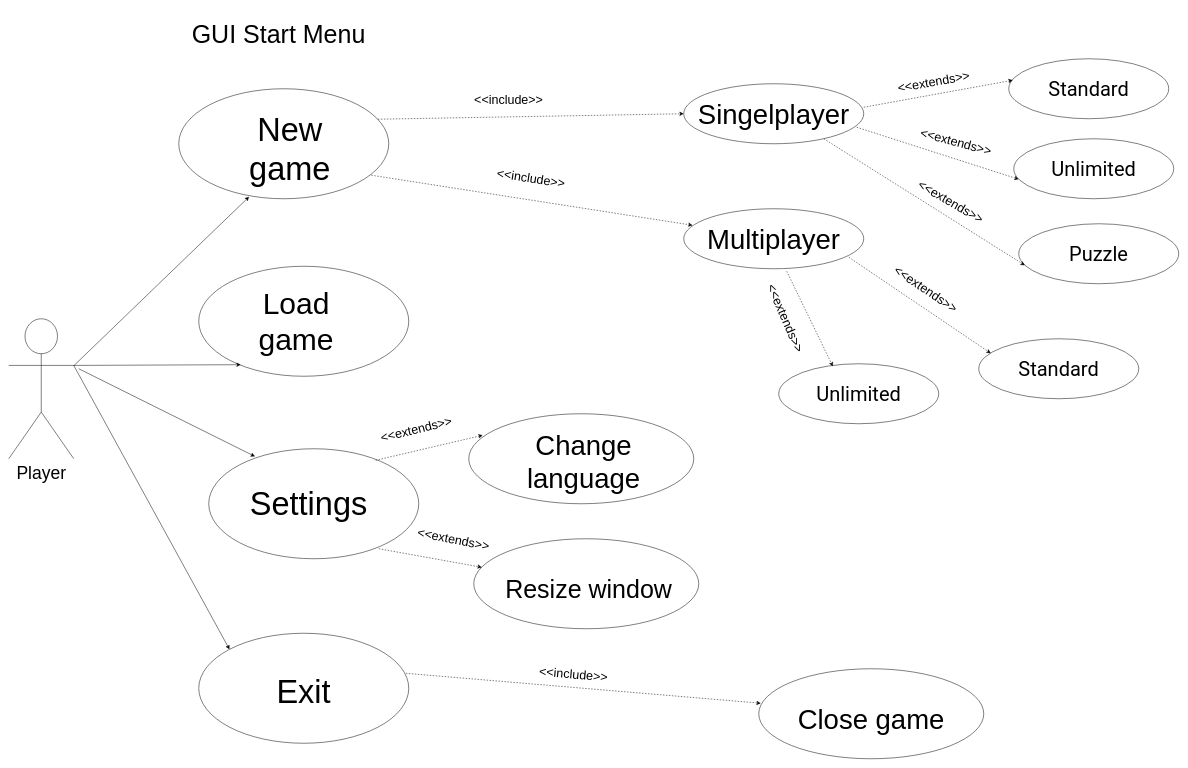
This is page "Page-1" (1 of 2) of docs/content/diagrams/raw/GUIStartMenuDiagram.drawio from nolliebigspin/chess-game, a draw.io file, before an edit. Source tidied: cells renumbered, new cells numbered last; positions are measured from the earlier drawing's top-left corner, leaving out a move shared by most shapes. Both pictures are drawn from the tidied source at 50%, with x=0, y=0 at pixel (8, 8).
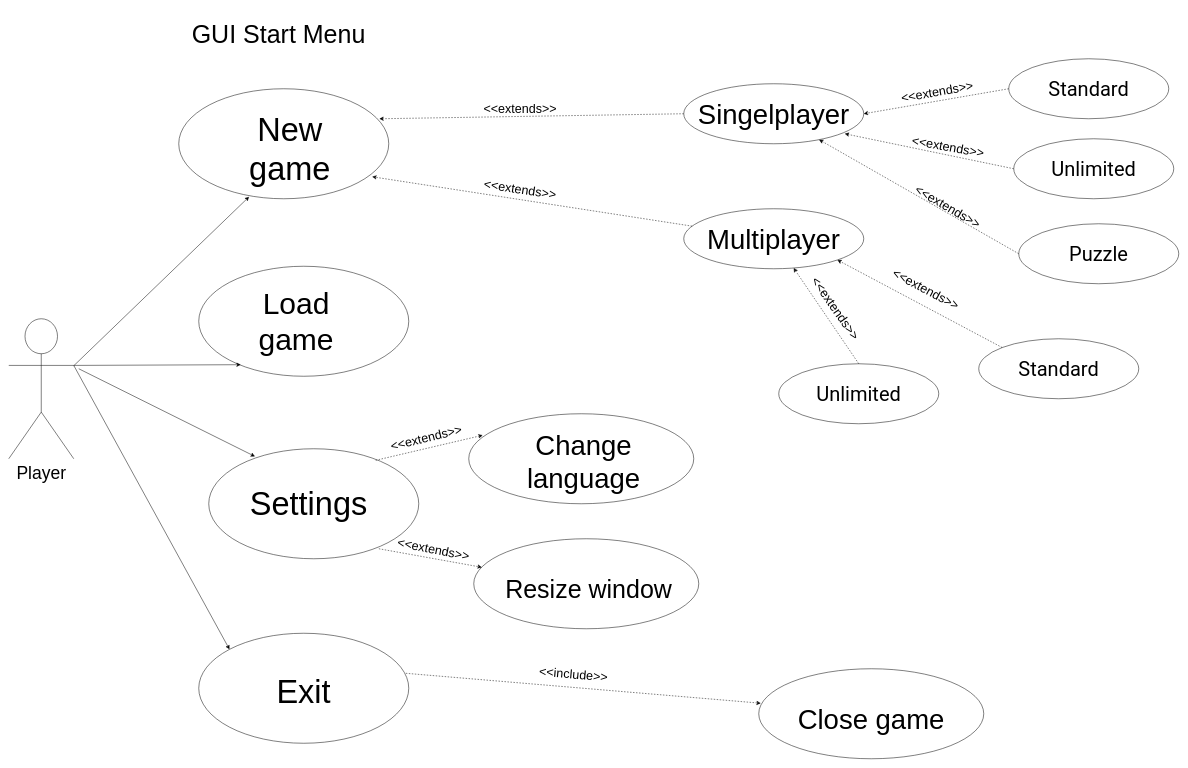
The same diagram, later.

Commit message:
update extends includes arrows

The change refers to these unchanged cells:
```xml
<mxCell id="3" style="ellipse;whiteSpace=wrap;html=1;" parent="1" vertex="1">
  <mxGeometry x="340" y="160" width="420" height="220" as="geometry" />
</mxCell>
<mxCell id="11" style="ellipse;whiteSpace=wrap;html=1;fontSize=19;" parent="1" vertex="1">
  <mxGeometry x="1350" y="150" width="360" height="120" as="geometry" />
</mxCell>
<mxCell id="12" style="ellipse;whiteSpace=wrap;html=1;fontSize=19;" parent="1" vertex="1">
  <mxGeometry x="1350" y="400" width="360" height="120" as="geometry" />
</mxCell>
<mxCell id="15" style="ellipse;whiteSpace=wrap;html=1;fontSize=19;" parent="1" vertex="1">
  <mxGeometry x="2000" y="100" width="320" height="120" as="geometry" />
</mxCell>
<mxCell id="16" style="ellipse;whiteSpace=wrap;html=1;fontSize=19;" parent="1" vertex="1">
  <mxGeometry x="2010" y="260" width="320" height="120" as="geometry" />
</mxCell>
<mxCell id="17" style="ellipse;whiteSpace=wrap;html=1;fontSize=19;" parent="1" vertex="1">
  <mxGeometry x="2020" y="430" width="320" height="120" as="geometry" />
</mxCell>
<mxCell id="18" style="ellipse;whiteSpace=wrap;html=1;fontSize=19;" parent="1" vertex="1">
  <mxGeometry x="1540" y="710" width="320" height="120" as="geometry" />
</mxCell>
<mxCell id="19" style="ellipse;whiteSpace=wrap;html=1;fontSize=19;" parent="1" vertex="1">
  <mxGeometry x="1940" y="660" width="320" height="120" as="geometry" />
</mxCell>
```

Diff of the diagram source:
```diff
@@
-    <mxCell id="35" value="&lt;font style=&quot;font-size: 25px&quot;&gt;&amp;lt;&amp;lt;include&amp;gt;&amp;gt;&lt;/font&gt;" style="text;html=1;strokeColor=none;fillColor=none;align=center;verticalAlign=middle;whiteSpace=wrap;rounded=0;fontSize=19;rotation=0;" parent="1" vertex="1">
-      <mxGeometry x="910" y="150" width="180" height="60" as="geometry" />
+    <mxCell id="35" value="&lt;font style=&quot;font-size: 25px&quot;&gt;&amp;lt;&amp;lt;extends&amp;gt;&amp;gt;&lt;/font&gt;" style="text;html=1;strokeColor=none;fillColor=none;align=center;verticalAlign=middle;whiteSpace=wrap;rounded=0;fontSize=19;rotation=0;" parent="1" vertex="1">
+      <mxGeometry x="933" y="168" width="180" height="60" as="geometry" />
     </mxCell>
-    <mxCell id="36" value="&lt;font style=&quot;font-size: 25px&quot;&gt;&amp;lt;&amp;lt;extends&amp;gt;&amp;gt;&lt;/font&gt;" style="text;html=1;strokeColor=none;fillColor=none;align=center;verticalAlign=middle;whiteSpace=wrap;rounded=0;fontSize=19;rotation=-10;" parent="1" vertex="1">
-      <mxGeometry x="1740" y="110" width="220" height="70" as="geometry" />
-    </mxCell>
-    <mxCell id="37" value="&lt;font style=&quot;font-size: 25px&quot;&gt;&amp;lt;&amp;lt;extends&amp;gt;&amp;gt;&lt;/font&gt;" style="text;html=1;strokeColor=none;fillColor=none;align=center;verticalAlign=middle;whiteSpace=wrap;rounded=0;fontSize=19;rotation=15;" parent="1" vertex="1">
-      <mxGeometry x="1790" y="230" width="210" height="70" as="geometry" />
-    </mxCell>
     <mxCell id="38" value="&lt;font style=&quot;font-size: 25px&quot;&gt;&amp;lt;&amp;lt;extends&amp;gt;&amp;gt;&lt;/font&gt;" style="text;html=1;strokeColor=none;fillColor=none;align=center;verticalAlign=middle;whiteSpace=wrap;rounded=0;fontSize=19;rotation=30;" parent="1" vertex="1">
-      <mxGeometry x="1770" y="350" width="230" height="70" as="geometry" />
+      <mxGeometry x="1764" y="360" width="230" height="70" as="geometry" />
     </mxCell>
-    <mxCell id="39" value="&lt;font style=&quot;font-size: 25px&quot;&gt;&amp;lt;&amp;lt;extends&amp;gt;&amp;gt;&lt;/font&gt;" style="text;html=1;strokeColor=none;fillColor=none;align=center;verticalAlign=middle;whiteSpace=wrap;rounded=0;fontSize=19;rotation=34;" parent="1" vertex="1">
+    <mxCell id="39" value="&lt;font style=&quot;font-size: 25px&quot;&gt;&amp;lt;&amp;lt;extends&amp;gt;&amp;gt;&lt;/font&gt;" style="text;html=1;strokeColor=none;fillColor=none;align=center;verticalAlign=middle;whiteSpace=wrap;rounded=0;fontSize=19;rotation=28;" parent="1" vertex="1">
       <mxGeometry x="1740" y="510" width="190" height="100" as="geometry" />
     </mxCell>
-    <mxCell id="40" value="&lt;font style=&quot;font-size: 25px&quot;&gt;&amp;lt;&amp;lt;extends&amp;gt;&amp;gt;&lt;/font&gt;" style="text;html=1;strokeColor=none;fillColor=none;align=center;verticalAlign=middle;whiteSpace=wrap;rounded=0;fontSize=19;rotation=66.6;" parent="1" vertex="1">
-      <mxGeometry x="1480" y="580" width="150.3" height="77.3" as="geometry" />
+    <mxCell id="40" value="&lt;font style=&quot;font-size: 25px&quot;&gt;&amp;lt;&amp;lt;extends&amp;gt;&amp;gt;&lt;/font&gt;" style="text;html=1;strokeColor=none;fillColor=none;align=center;verticalAlign=middle;whiteSpace=wrap;rounded=0;fontSize=19;rotation=55;" parent="1" vertex="1">
+      <mxGeometry x="1580" y="560" width="150.3" height="77.3" as="geometry" />
     </mxCell>
-    <mxCell id="41" style="endArrow=classic;html=1;dashed=1;fontSize=19;exitX=0.948;exitY=0.277;exitDx=0;exitDy=0;exitPerimeter=0;entryX=0;entryY=0.5;entryDx=0;entryDy=0;" parent="1" edge="1" source="3" target="11">
+    <mxCell id="41" style="endArrow=classic;html=1;dashed=1;fontSize=19;entryX=0.955;entryY=0.273;entryDx=0;entryDy=0;entryPerimeter=0;exitX=0;exitY=0.5;exitDx=0;exitDy=0;" parent="1" edge="1" source="11" target="3">
       <mxGeometry relative="1" as="geometry" />
     </mxCell>
-    <mxCell id="42" style="endArrow=classic;html=1;dashed=1;fontSize=19;exitX=1;exitY=0.392;exitDx=0;exitDy=0;exitPerimeter=0;entryX=0.025;entryY=0.358;entryDx=0;entryDy=0;entryPerimeter=0;" parent="1" edge="1" source="11" target="15">
-      <mxGeometry relative="1" as="geometry" />
-    </mxCell>
-    <mxCell id="43" style="endArrow=classic;html=1;dashed=1;fontSize=19;exitX=0.961;exitY=0.725;exitDx=0;exitDy=0;exitPerimeter=0;entryX=0.031;entryY=0.675;entryDx=0;entryDy=0;entryPerimeter=0;" parent="1" edge="1" source="11" target="16">
-      <mxGeometry relative="1" as="geometry" />
-    </mxCell>
-    <mxCell id="44" style="endArrow=classic;html=1;dashed=1;fontSize=19;exitX=0.778;exitY=0.917;exitDx=0;exitDy=0;exitPerimeter=0;entryX=0.038;entryY=0.692;entryDx=0;entryDy=0;entryPerimeter=0;" parent="1" edge="1" source="11" target="17">
+    <mxCell id="44" style="endArrow=classic;html=1;dashed=1;fontSize=19;exitX=0;exitY=0.5;exitDx=0;exitDy=0;" parent="1" edge="1" source="17" target="11">
       <mxGeometry relative="1" as="geometry" />
     </mxCell>
-    <mxCell id="45" style="endArrow=classic;html=1;dashed=1;fontSize=19;exitX=0.917;exitY=0.808;exitDx=0;exitDy=0;exitPerimeter=0;entryX=0.075;entryY=0.242;entryDx=0;entryDy=0;entryPerimeter=0;" parent="1" edge="1" source="12" target="19">
+    <mxCell id="45" style="endArrow=classic;html=1;dashed=1;fontSize=19;entryX=1;entryY=1;entryDx=0;entryDy=0;exitX=0;exitY=0;exitDx=0;exitDy=0;" parent="1" edge="1" source="19" target="12">
       <mxGeometry relative="1" as="geometry" />
     </mxCell>
-    <mxCell id="46" style="endArrow=classic;html=1;dashed=1;fontSize=19;exitX=0.572;exitY=1.042;exitDx=0;exitDy=0;exitPerimeter=0;entryX=0.338;entryY=0.042;entryDx=0;entryDy=0;entryPerimeter=0;" parent="1" edge="1" source="12" target="18">
+    <mxCell id="46" style="endArrow=classic;html=1;dashed=1;fontSize=19;exitX=0.5;exitY=0;exitDx=0;exitDy=0;" parent="1" edge="1" source="18" target="12">
       <mxGeometry relative="1" as="geometry" />
     </mxCell>
@@
     <mxCell id="50" value="&lt;span style=&quot;font-size: 25px&quot;&gt;&amp;lt;&amp;lt;extends&amp;gt;&amp;gt;&lt;/span&gt;" style="text;html=1;strokeColor=none;fillColor=none;align=center;verticalAlign=middle;whiteSpace=wrap;rounded=0;fontSize=19;rotation=-13.8;" parent="1" vertex="1">
-      <mxGeometry x="740" y="810" width="150" height="60" as="geometry" />
+      <mxGeometry x="760" y="827" width="150" height="60" as="geometry" />
     </mxCell>
     <mxCell id="51" value="&lt;span style=&quot;font-size: 25px&quot;&gt;&amp;lt;&amp;lt;extends&amp;gt;&amp;gt;&lt;/span&gt;" style="text;html=1;strokeColor=none;fillColor=none;align=center;verticalAlign=middle;whiteSpace=wrap;rounded=0;fontSize=19;rotation=11.2;" parent="1" vertex="1">
-      <mxGeometry x="820" y="1030" width="140" height="60" as="geometry" />
+      <mxGeometry x="780" y="1050" width="140" height="60" as="geometry" />
     </mxCell>
@@
-    <mxCell id="53" style="endArrow=classic;html=1;dashed=1;fontSize=19;exitX=0.917;exitY=0.786;exitDx=0;exitDy=0;exitPerimeter=0;entryX=0.049;entryY=0.275;entryDx=0;entryDy=0;entryPerimeter=0;" parent="1" edge="1" source="3" target="12">
+    <mxCell id="53" style="endArrow=classic;html=1;dashed=1;fontSize=19;entryX=0.921;entryY=0.8;entryDx=0;entryDy=0;entryPerimeter=0;" parent="1" edge="1" source="12" target="3">
       <mxGeometry relative="1" as="geometry" />
     </mxCell>
-    <mxCell id="54" value="&lt;span style=&quot;font-size: 25px&quot;&gt;&amp;lt;&amp;lt;include&amp;gt;&amp;gt;&lt;/span&gt;" style="text;html=1;strokeColor=none;fillColor=none;align=center;verticalAlign=middle;whiteSpace=wrap;rounded=0;fontSize=19;rotation=8.7;" parent="1" vertex="1">
-      <mxGeometry x="920" y="295.2" width="250" height="84.8" as="geometry" />
+    <mxCell id="54" value="&lt;font style=&quot;font-size: 25px&quot;&gt;&amp;lt;&amp;lt;extends&amp;gt;&amp;gt;&lt;/font&gt;" style="text;html=1;strokeColor=none;fillColor=none;align=center;verticalAlign=middle;whiteSpace=wrap;rounded=0;fontSize=19;rotation=8.7;" parent="1" vertex="1">
+      <mxGeometry x="898" y="318" width="250" height="84.8" as="geometry" />
     </mxCell>
@@
+    <mxCell id="37" value="&lt;font style=&quot;font-size: 25px&quot;&gt;&amp;lt;&amp;lt;extends&amp;gt;&amp;gt;&lt;/font&gt;" style="text;html=1;strokeColor=none;fillColor=none;align=center;verticalAlign=middle;whiteSpace=wrap;rounded=0;fontSize=19;rotation=10;" parent="1" vertex="1">
+      <mxGeometry x="1774" y="240" width="210" height="70" as="geometry" />
+    </mxCell>
+    <mxCell id="56" style="endArrow=classic;html=1;dashed=1;fontSize=19;exitX=0;exitY=0.5;exitDx=0;exitDy=0;" parent="1" edge="1" source="16">
+      <mxGeometry relative="1" as="geometry">
+        <mxPoint x="1672" y="250" as="targetPoint" />
+      </mxGeometry>
+    </mxCell>
+    <mxCell id="36" value="&lt;font style=&quot;font-size: 25px&quot;&gt;&amp;lt;&amp;lt;extends&amp;gt;&amp;gt;&lt;/font&gt;" style="text;html=1;strokeColor=none;fillColor=none;align=center;verticalAlign=middle;whiteSpace=wrap;rounded=0;fontSize=19;rotation=-10;" parent="1" vertex="1">
+      <mxGeometry x="1747" y="130" width="220" height="70" as="geometry" />
+    </mxCell>
+    <mxCell id="57" style="endArrow=classic;html=1;dashed=1;fontSize=19;exitX=0;exitY=0.5;exitDx=0;exitDy=0;entryX=1;entryY=0.5;entryDx=0;entryDy=0;" parent="1" edge="1" source="15" target="11">
+      <mxGeometry relative="1" as="geometry" />
+    </mxCell>
```
